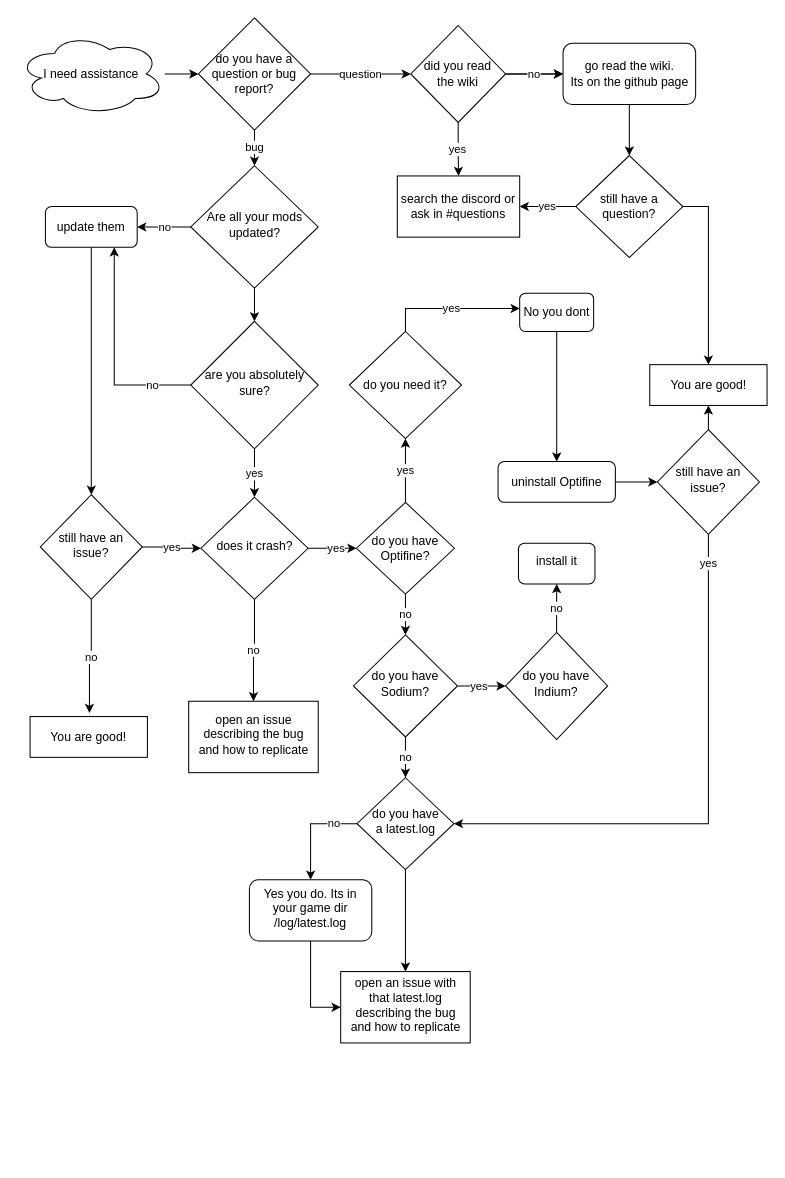
MehVahdJukaar/flowchart keeps this draw.io diagram as Diagramma senza titolo.drawio. Above is the earlier version. Source tidied: cells renumbered, new cells numbered last; positions are measured from the earlier drawing's top-left corner, leaving out a move shared by most shapes. Both pictures are drawn from the tidied source at 102%, with x=0, y=0 at pixel (17, 17).
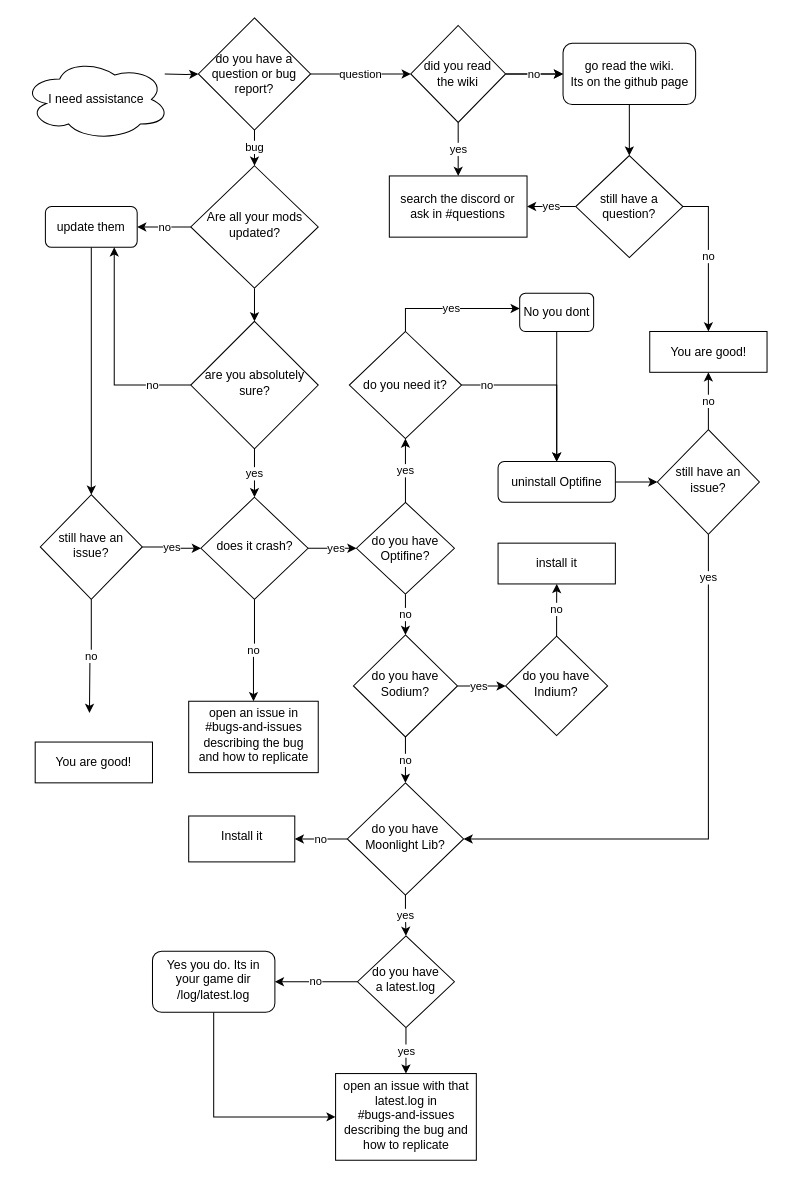
The same page after the edit.

Unchanged cells that the change refers to:
```xml
<mxCell id="7" value="still have an issue?" style="rhombus;whiteSpace=wrap;html=1;shadow=0;fontFamily=Helvetica;fontSize=12;align=center;strokeWidth=1;spacing=6;spacingTop=-4;" parent="1" vertex="1">
  <mxGeometry x="22" y="467.5" width="100" height="102.5" as="geometry" />
</mxCell>
<mxCell id="8" value="do you need it?" style="rhombus;whiteSpace=wrap;html=1;" parent="1" vertex="1">
  <mxGeometry x="325" y="307.5" width="110" height="105" as="geometry" />
</mxCell>
<mxCell id="15" value="uninstall Optifine" style="rounded=1;whiteSpace=wrap;html=1;" parent="1" vertex="1">
  <mxGeometry x="470.8" y="435" width="115" height="40" as="geometry" />
</mxCell>
<mxCell id="20" value="do you have Sodium?" style="rhombus;whiteSpace=wrap;html=1;shadow=0;fontFamily=Helvetica;fontSize=12;align=center;strokeWidth=1;spacing=6;spacingTop=-4;" parent="1" vertex="1">
  <mxGeometry x="329" y="605" width="102" height="100" as="geometry" />
</mxCell>
<mxCell id="36" value="still have an issue?" style="rhombus;whiteSpace=wrap;html=1;shadow=0;fontFamily=Helvetica;fontSize=12;align=center;strokeWidth=1;spacing=6;spacingTop=-4;" parent="1" vertex="1">
  <mxGeometry x="627" y="403.8" width="100" height="102.5" as="geometry" />
</mxCell>
<mxCell id="47" value="do you have a question or bug report?" style="rhombus;whiteSpace=wrap;html=1;" parent="1" vertex="1">
  <mxGeometry x="177" width="110" height="110" as="geometry" />
</mxCell>
<mxCell id="56" value="still have a question?" style="rhombus;whiteSpace=wrap;html=1;" parent="1" vertex="1">
  <mxGeometry x="547" y="135" width="105" height="100" as="geometry" />
</mxCell>
```

What changed in the source:
```diff
@@
-    <mxCell id="5" value="no" style="edgeStyle=orthogonalEdgeStyle;rounded=0;jettySize=auto;html=1;exitX=0.5;exitY=1;exitDx=0;exitDy=0;entryX=0.506;entryY=-0.089;entryDx=0;entryDy=0;entryPerimeter=0;" parent="1" edge="1" source="7" target="40">
-      <mxGeometry relative="1" as="geometry" />
+    <mxCell id="5" value="no" style="edgeStyle=orthogonalEdgeStyle;rounded=0;jettySize=auto;html=1;exitX=0.5;exitY=1;exitDx=0;exitDy=0;entryX=0.506;entryY=-0.089;entryDx=0;entryDy=0;entryPerimeter=0;" parent="1" edge="1" source="7">
+      <mxGeometry relative="1" as="geometry">
+        <mxPoint x="70.2" y="681.4" as="targetPoint" />
+      </mxGeometry>
     </mxCell>
@@
+    <mxCell id="58" value="no" style="edgeStyle=orthogonalEdgeStyle;rounded=0;jettySize=auto;html=1;exitX=1;exitY=0.5;exitDx=0;exitDy=0;entryX=0.5;entryY=0;entryDx=0;entryDy=0;" parent="1" edge="1" source="8" target="15">
+      <mxGeometry x="-0.7" relative="1" as="geometry" />
+    </mxCell>
@@
-    <mxCell id="19" value="no" style="edgeStyle=orthogonalEdgeStyle;rounded=0;jettySize=auto;html=1;" parent="1" edge="1" source="20" target="26">
-      <mxGeometry relative="1" as="geometry" />
-    </mxCell>
+    <mxCell id="59" value="no" style="edgeStyle=orthogonalEdgeStyle;rounded=0;jettySize=auto;html=1;" parent="1" edge="1" source="20" target="63">
+      <mxGeometry relative="1" as="geometry" />
+    </mxCell>
@@
-    <mxCell id="21" value="no" style="edgeStyle=orthogonalEdgeStyle;rounded=0;jettySize=auto;html=1;" parent="1" edge="1" source="22" target="23">
+    <mxCell id="21" value="no" style="edgeStyle=orthogonalEdgeStyle;rounded=0;jettySize=auto;html=1;entryX=0.5;entryY=1;entryDx=0;entryDy=0;" parent="1" edge="1" source="22" target="23">
       <mxGeometry relative="1" as="geometry" />
     </mxCell>
     <mxCell id="22" value="do you have Indium?" style="rhombus;whiteSpace=wrap;html=1;shadow=0;fontFamily=Helvetica;fontSize=12;align=center;strokeWidth=1;spacing=6;spacingTop=-4;" parent="1" vertex="1">
-      <mxGeometry x="478.2" y="602.5" width="100" height="105" as="geometry" />
+      <mxGeometry x="478.2" y="606.2" width="100" height="97.5" as="geometry" />
     </mxCell>
-    <mxCell id="23" value="install it" style="rounded=1;whiteSpace=wrap;html=1;shadow=0;strokeWidth=1;spacing=6;spacingTop=-4;" parent="1" vertex="1">
-      <mxGeometry x="490.8" y="515" width="75" height="40" as="geometry" />
-    </mxCell>
+    <mxCell id="25" value="yes" style="edgeStyle=orthogonalEdgeStyle;rounded=0;jettySize=auto;html=1;" parent="1" edge="1" source="26" target="39">
+      <mxGeometry relative="1" as="geometry" />
+    </mxCell>
     <mxCell id="24" value="no" style="edgeStyle=orthogonalEdgeStyle;rounded=0;jettySize=auto;html=1;" parent="1" edge="1" source="26" target="38">
-      <mxGeometry x="-0.54" relative="1" as="geometry">
-        <Array as="points">
-          <mxPoint x="287" y="790" />
-        </Array>
-      </mxGeometry>
+      <mxGeometry relative="1" as="geometry" />
     </mxCell>
-    <mxCell id="25" style="edgeStyle=orthogonalEdgeStyle;rounded=0;jettySize=auto;html=1;" parent="1" edge="1" source="26" target="39">
-      <mxGeometry relative="1" as="geometry" />
-    </mxCell>
     <mxCell id="26" value="do you have&lt;br&gt;a latest.log" style="rhombus;whiteSpace=wrap;html=1;shadow=0;fontFamily=Helvetica;fontSize=12;align=center;strokeWidth=1;spacing=6;spacingTop=-4;" parent="1" vertex="1">
-      <mxGeometry x="332.5" y="745" width="95" height="90" as="geometry" />
+      <mxGeometry x="333" y="900" width="95" height="90" as="geometry" />
     </mxCell>
@@
+    <mxCell id="35" value="no" style="edgeStyle=orthogonalEdgeStyle;rounded=0;jettySize=auto;html=1;entryX=0.5;entryY=1;entryDx=0;entryDy=0;" parent="1" edge="1" source="36" target="41">
+      <mxGeometry relative="1" as="geometry" />
+    </mxCell>
-    <mxCell id="34" value="yes" style="edgeStyle=orthogonalEdgeStyle;rounded=0;jettySize=auto;html=1;entryX=1;entryY=0.5;entryDx=0;entryDy=0;" parent="1" edge="1" source="36" target="26">
-      <mxGeometry x="-0.89" relative="1" as="geometry">
+    <mxCell id="34" value="yes" style="edgeStyle=orthogonalEdgeStyle;rounded=0;jettySize=auto;html=1;entryX=1;entryY=0.5;entryDx=0;entryDy=0;" parent="1" edge="1" source="36" target="63">
+      <mxGeometry x="-0.84" relative="1" as="geometry">
         <Array as="points">
-          <mxPoint x="677" y="790" />
+          <mxPoint x="677" y="805" />
         </Array>
       </mxGeometry>
     </mxCell>
-    <mxCell id="35" style="edgeStyle=orthogonalEdgeStyle;rounded=0;jettySize=auto;html=1;entryX=0.5;entryY=1;entryDx=0;entryDy=0;" parent="1" edge="1" source="36" target="41">
-      <mxGeometry relative="1" as="geometry" />
-    </mxCell>
@@
     <mxCell id="37" style="edgeStyle=orthogonalEdgeStyle;rounded=0;jettySize=auto;html=1;entryX=0;entryY=0.5;entryDx=0;entryDy=0;" parent="1" edge="1" source="38" target="39">
-      <mxGeometry relative="1" as="geometry" />
+      <mxGeometry relative="1" as="geometry">
+        <Array as="points">
+          <mxPoint x="192" y="1078" />
+        </Array>
+      </mxGeometry>
     </mxCell>
     <mxCell id="38" value="Yes you do. Its in your game dir /log/latest.log" style="rounded=1;whiteSpace=wrap;html=1;shadow=0;strokeWidth=1;spacing=6;spacingTop=-4;" parent="1" vertex="1">
-      <mxGeometry x="227" y="845" width="120" height="60" as="geometry" />
+      <mxGeometry x="132" y="915" width="120" height="60" as="geometry" />
     </mxCell>
-    <mxCell id="39" value="open an issue with that latest.log&lt;br&gt;describing the bug and how to replicate" style="whiteSpace=wrap;html=1;shadow=0;strokeWidth=1;spacing=6;spacingTop=-4;" parent="1" vertex="1">
-      <mxGeometry x="316.5" y="935" width="127" height="70" as="geometry" />
+    <mxCell id="39" value="open an issue with that latest.log in&lt;br&gt;#bugs-and-issues&lt;br&gt;describing the bug and how to replicate" style="whiteSpace=wrap;html=1;shadow=0;strokeWidth=1;spacing=6;spacingTop=-4;" parent="1" vertex="1">
+      <mxGeometry x="311.5" y="1035" width="138" height="85" as="geometry" />
     </mxCell>
     <mxCell id="40" value="You are good!" style="rounded=0;whiteSpace=wrap;html=1;" parent="1" vertex="1">
-      <mxGeometry x="12" y="685" width="115" height="40" as="geometry" />
+      <mxGeometry x="17" y="710" width="115" height="40" as="geometry" />
     </mxCell>
     <mxCell id="41" value="You are good!" style="rounded=0;whiteSpace=wrap;html=1;" parent="1" vertex="1">
-      <mxGeometry x="619.5" y="340" width="115" height="40" as="geometry" />
+      <mxGeometry x="619.5" y="307.5" width="115" height="40" as="geometry" />
     </mxCell>
-    <mxCell id="42" value="open an issue&lt;br&gt;describing the bug and how to replicate" style="whiteSpace=wrap;html=1;shadow=0;strokeWidth=1;spacing=6;spacingTop=-4;" parent="1" vertex="1">
+    <mxCell id="42" value="open an issue in&lt;br&gt;#bugs-and-issues&lt;br&gt;describing the bug and how to replicate" style="whiteSpace=wrap;html=1;shadow=0;strokeWidth=1;spacing=6;spacingTop=-4;" parent="1" vertex="1">
       <mxGeometry x="167.5" y="670" width="127" height="70" as="geometry" />
     </mxCell>
-    <mxCell id="43" style="edgeStyle=orthogonalEdgeStyle;rounded=0;jettySize=auto;html=1;" parent="1" edge="1" source="44" target="47">
-      <mxGeometry relative="1" as="geometry" />
-    </mxCell>
+    <mxCell id="60" style="edgeStyle=orthogonalEdgeStyle;rounded=0;jettySize=auto;html=1;" parent="1" edge="1" target="47">
+      <mxGeometry relative="1" as="geometry">
+        <mxPoint x="144" y="55" as="sourcePoint" />
+      </mxGeometry>
+    </mxCell>
     <mxCell id="44" value="I need assistance" style="ellipse;shape=cloud;whiteSpace=wrap;html=1;" parent="1" vertex="1">
-      <mxGeometry y="15" width="144" height="80" as="geometry" />
+      <mxGeometry x="5" y="40" width="144" height="80" as="geometry" />
     </mxCell>
@@
-    <mxCell id="55" style="edgeStyle=orthogonalEdgeStyle;rounded=0;jettySize=auto;html=1;exitX=1;exitY=0.5;exitDx=0;exitDy=0;entryX=0.5;entryY=0;entryDx=0;entryDy=0;" parent="1" edge="1" source="56" target="41">
+    <mxCell id="55" value="no" style="edgeStyle=orthogonalEdgeStyle;rounded=0;jettySize=auto;html=1;exitX=1;exitY=0.5;exitDx=0;exitDy=0;entryX=0.5;entryY=0;entryDx=0;entryDy=0;" parent="1" edge="1" source="56" target="41">
       <mxGeometry relative="1" as="geometry" />
     </mxCell>
@@
     <mxCell id="57" value="search the discord or ask in #questions" style="whiteSpace=wrap;html=1;" parent="1" vertex="1">
-      <mxGeometry x="372" y="155" width="120" height="60" as="geometry" />
+      <mxGeometry x="364.2" y="155" width="135" height="60" as="geometry" />
     </mxCell>
+    <mxCell id="23" value="install it" style="rounded=0;whiteSpace=wrap;html=1;" parent="1" vertex="1">
+      <mxGeometry x="470.8" y="515" width="115" height="40" as="geometry" />
+    </mxCell>
+    <mxCell id="61" value="no" style="edgeStyle=orthogonalEdgeStyle;rounded=0;jettySize=auto;html=1;" parent="1" edge="1" source="63" target="64">
+      <mxGeometry relative="1" as="geometry" />
+    </mxCell>
+    <mxCell id="62" value="yes" style="edgeStyle=orthogonalEdgeStyle;rounded=0;jettySize=auto;html=1;" parent="1" edge="1" source="63" target="26">
+      <mxGeometry relative="1" as="geometry" />
+    </mxCell>
+    <mxCell id="63" value="do you have&lt;br&gt;Moonlight Lib?" style="rhombus;whiteSpace=wrap;html=1;shadow=0;fontFamily=Helvetica;fontSize=12;align=center;strokeWidth=1;spacing=6;spacingTop=-4;" parent="1" vertex="1">
+      <mxGeometry x="323" y="750" width="114" height="110" as="geometry" />
+    </mxCell>
+    <mxCell id="64" value="Install it" style="whiteSpace=wrap;html=1;shadow=0;strokeWidth=1;spacing=6;spacingTop=-4;" parent="1" vertex="1">
+      <mxGeometry x="167.5" y="782.5" width="104" height="45" as="geometry" />
+    </mxCell>
```
